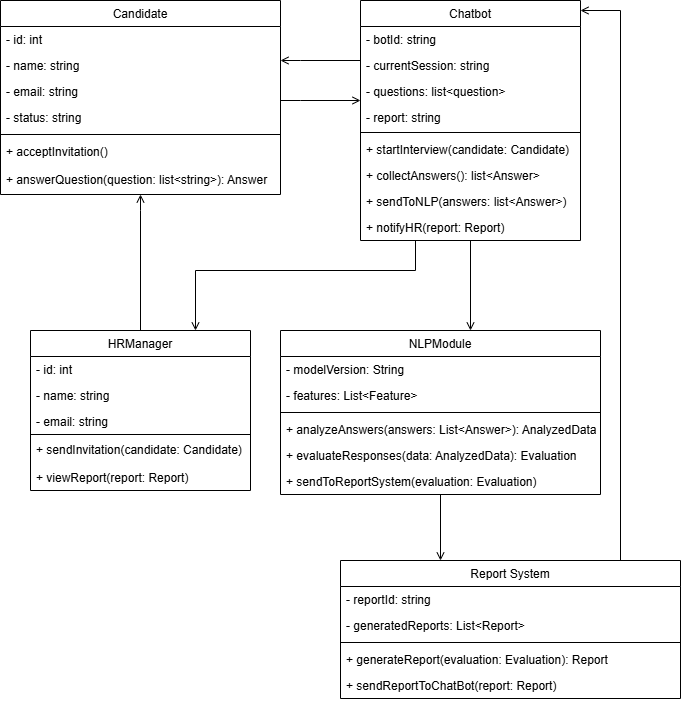
Earlier version of the draw.io export Диаграмма классов.drawio.png (Evgeny-Yakovlev73/Diagramms). Source tidied: cells renumbered, new cells last; positions are measured from the earlier drawing's top-left corner, leaving out a move shared by most shapes.
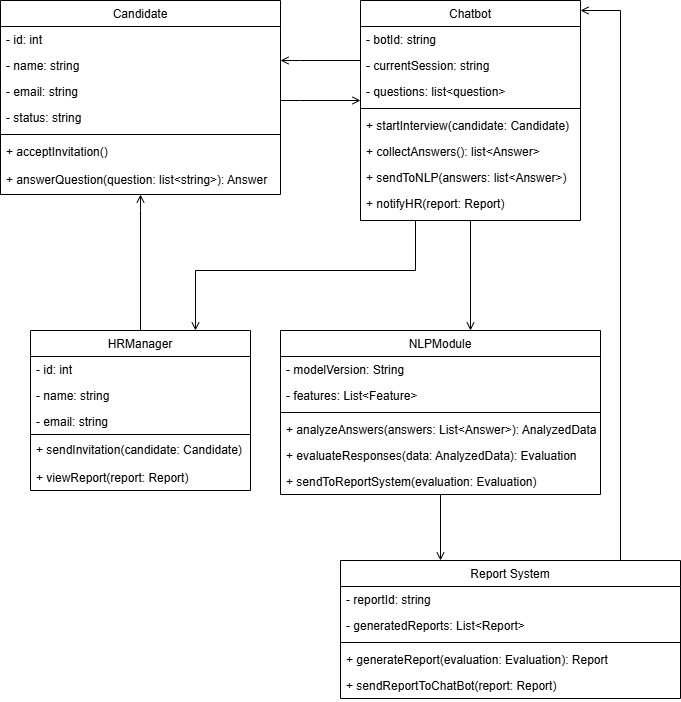
The same diagram one commit later.

Diff of the diagram source:
```diff
@@ -45,7 +45,7 @@
       <mxGeometry y="112" width="340" height="26" as="geometry" />
     </mxCell>
     <mxCell id="16" value="Chatbot" style="swimlane;fontStyle=0;align=center;verticalAlign=top;horizontal=1;startSize=26;rounded=0;shadow=0;strokeWidth=1;" parent="1" vertex="1">
-      <mxGeometry x="360" width="220" height="240" as="geometry" />
+      <mxGeometry x="360" width="220" height="220" as="geometry" />
     </mxCell>
     <mxCell id="17" value="- botId: string" style="text;align=left;verticalAlign=top;spacingLeft=4;spacingRight=4;overflow=hidden;" parent="16" vertex="1">
       <mxGeometry y="26" width="220" height="26" as="geometry" />
@@ -56,23 +56,20 @@
     <mxCell id="19" value="- questions: list&lt;question&gt;" style="text;align=left;verticalAlign=top;spacingLeft=4;spacingRight=4;overflow=hidden;" parent="16" vertex="1">
       <mxGeometry y="78" width="220" height="26" as="geometry" />
     </mxCell>
-    <mxCell id="20" value="- report: string" style="text;align=left;verticalAlign=top;spacingLeft=4;spacingRight=4;overflow=hidden;rounded=0;shadow=0;html=0;" parent="16" vertex="1">
-      <mxGeometry y="104" width="220" height="24" as="geometry" />
-    </mxCell>
     <mxCell id="21" style="line;html=1;strokeWidth=1;align=left;verticalAlign=middle;spacingTop=-1;spacingLeft=3;spacingRight=3;labelPosition=right;" parent="16" vertex="1">
-      <mxGeometry y="128" width="220" height="8" as="geometry" />
+      <mxGeometry y="104" width="220" height="8" as="geometry" />
     </mxCell>
     <mxCell id="22" value="+ startInterview(candidate: Candidate)" style="text;align=left;verticalAlign=top;spacingLeft=4;spacingRight=4;overflow=hidden;" parent="16" vertex="1">
-      <mxGeometry y="136" width="220" height="26" as="geometry" />
+      <mxGeometry y="112" width="220" height="26" as="geometry" />
     </mxCell>
     <mxCell id="23" value="+ collectAnswers(): list&lt;Answer&gt;" style="text;align=left;verticalAlign=top;spacingLeft=4;spacingRight=4;overflow=hidden;" parent="16" vertex="1">
-      <mxGeometry y="162" width="220" height="26" as="geometry" />
+      <mxGeometry y="138" width="220" height="26" as="geometry" />
     </mxCell>
     <mxCell id="24" value="+ sendToNLP(answers: list&lt;Answer&gt;)" style="text;align=left;verticalAlign=top;spacingLeft=4;spacingRight=4;overflow=hidden;rounded=0;shadow=0;html=0;" parent="16" vertex="1">
-      <mxGeometry y="188" width="220" height="26" as="geometry" />
+      <mxGeometry y="164" width="220" height="26" as="geometry" />
     </mxCell>
     <mxCell id="25" value="+ notifyHR(report: Report)" style="text;align=left;verticalAlign=top;spacingLeft=4;spacingRight=4;overflow=hidden;rounded=0;shadow=0;html=0;" parent="16" vertex="1">
-      <mxGeometry y="214" width="220" height="26" as="geometry" />
+      <mxGeometry y="190" width="220" height="26" as="geometry" />
     </mxCell>
     <mxCell id="26" style="endArrow=open;shadow=0;strokeWidth=1;rounded=0;curved=0;endFill=1;edgeStyle=elbowEdgeStyle;elbow=vertical;" parent="1" edge="1" source="2" target="16">
       <mxGeometry x="0.5" y="41" relative="1" as="geometry">
```
